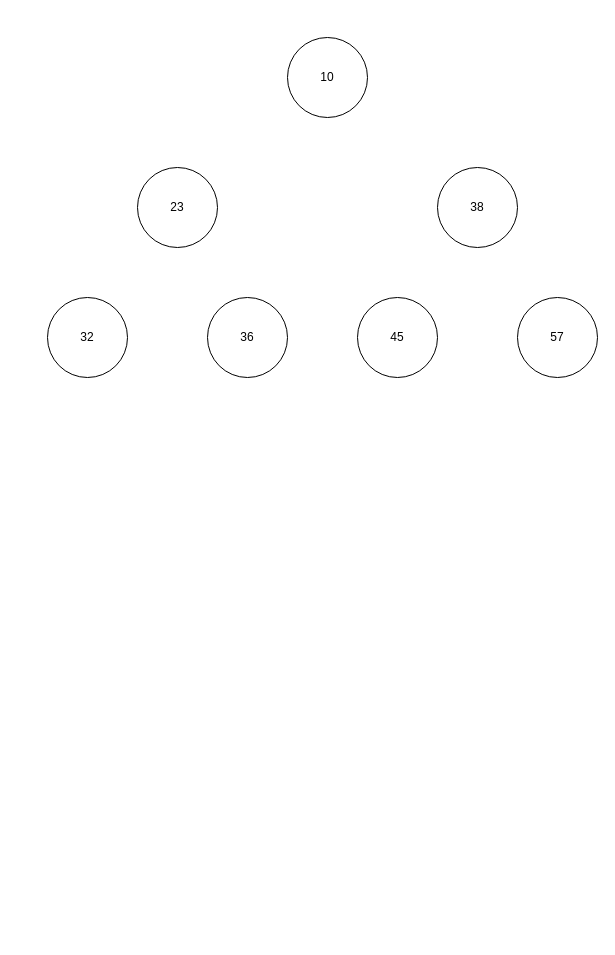
Before: page "Page-3" (3 of 3) of trees/03. Max & Min Heaps/heap.drawio in geeksterin/Feb22-DSA-JS-Fundamentals, a draw.io diagram. Source tidied: cells renumbered, new cells numbered last; positions are measured from the earlier drawing's top-left corner, leaving out a move shared by most shapes. Both pictures are drawn from the tidied source at 100%, with x=0, y=0 at pixel (47, 37).
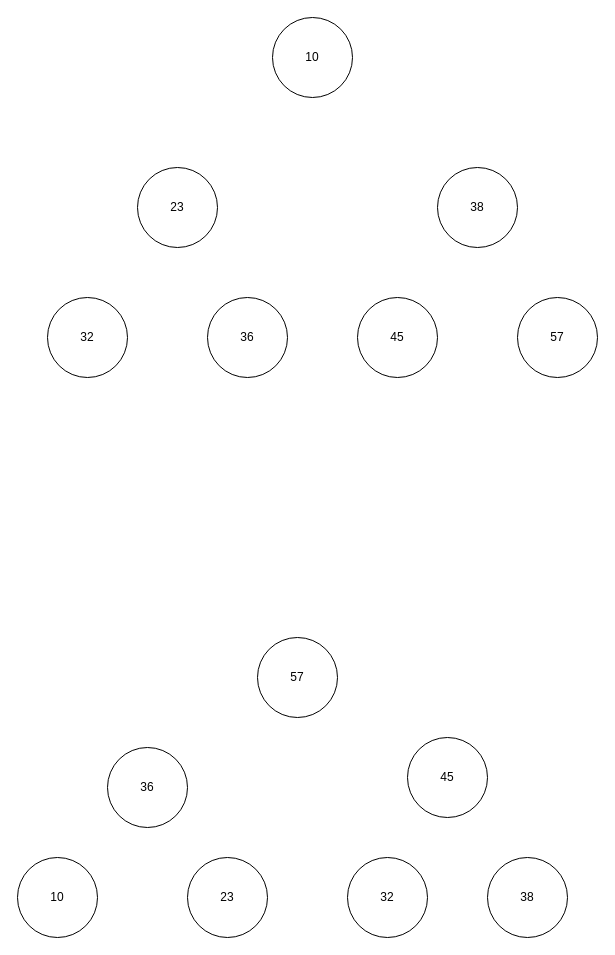
Above is the later version.

Commit message (it also covers changes not shown here):
max heap using arrays

The edit, as a diff of the source:
```diff
@@
 <mxGraphModel>
   <root>
     <mxCell id="0" />
     <mxCell id="1" parent="0" />
     <mxCell id="2" value="10" style="ellipse;whiteSpace=wrap;html=1;" parent="1" vertex="1">
-      <mxGeometry x="240" width="80" height="80" as="geometry" />
+      <mxGeometry x="225" y="-20" width="80" height="80" as="geometry" />
     </mxCell>
     <mxCell id="3" value="23" style="ellipse;whiteSpace=wrap;html=1;" parent="1" vertex="1">
       <mxGeometry x="90" y="130" width="80" height="80" as="geometry" />
     </mxCell>
     <mxCell id="4" value="38" style="ellipse;whiteSpace=wrap;html=1;" parent="1" vertex="1">
       <mxGeometry x="390" y="130" width="80" height="80" as="geometry" />
     </mxCell>
     <mxCell id="5" value="32" style="ellipse;whiteSpace=wrap;html=1;" parent="1" vertex="1">
       <mxGeometry y="260" width="80" height="80" as="geometry" />
     </mxCell>
     <mxCell id="6" value="36" style="ellipse;whiteSpace=wrap;html=1;" parent="1" vertex="1">
       <mxGeometry x="160" y="260" width="80" height="80" as="geometry" />
     </mxCell>
     <mxCell id="7" value="45" style="ellipse;whiteSpace=wrap;html=1;" parent="1" vertex="1">
       <mxGeometry x="310" y="260" width="80" height="80" as="geometry" />
     </mxCell>
     <mxCell id="8" value="57" style="ellipse;whiteSpace=wrap;html=1;" parent="1" vertex="1">
       <mxGeometry x="470" y="260" width="80" height="80" as="geometry" />
     </mxCell>
+    <mxCell id="9" value="57" style="ellipse;whiteSpace=wrap;html=1;" parent="1" vertex="1">
+      <mxGeometry x="210" y="600" width="80" height="80" as="geometry" />
+    </mxCell>
+    <mxCell id="10" value="36" style="ellipse;whiteSpace=wrap;html=1;" parent="1" vertex="1">
+      <mxGeometry x="60" y="710" width="80" height="80" as="geometry" />
+    </mxCell>
+    <mxCell id="11" value="45" style="ellipse;whiteSpace=wrap;html=1;" parent="1" vertex="1">
+      <mxGeometry x="360" y="700" width="80" height="80" as="geometry" />
+    </mxCell>
+    <mxCell id="12" value="10" style="ellipse;whiteSpace=wrap;html=1;" parent="1" vertex="1">
+      <mxGeometry x="-30" y="820" width="80" height="80" as="geometry" />
+    </mxCell>
+    <mxCell id="13" value="23" style="ellipse;whiteSpace=wrap;html=1;" parent="1" vertex="1">
+      <mxGeometry x="140" y="820" width="80" height="80" as="geometry" />
+    </mxCell>
+    <mxCell id="14" value="32" style="ellipse;whiteSpace=wrap;html=1;" parent="1" vertex="1">
+      <mxGeometry x="300" y="820" width="80" height="80" as="geometry" />
+    </mxCell>
+    <mxCell id="15" value="38" style="ellipse;whiteSpace=wrap;html=1;" parent="1" vertex="1">
+      <mxGeometry x="440" y="820" width="80" height="80" as="geometry" />
+    </mxCell>
   </root>
 </mxGraphModel>
```
